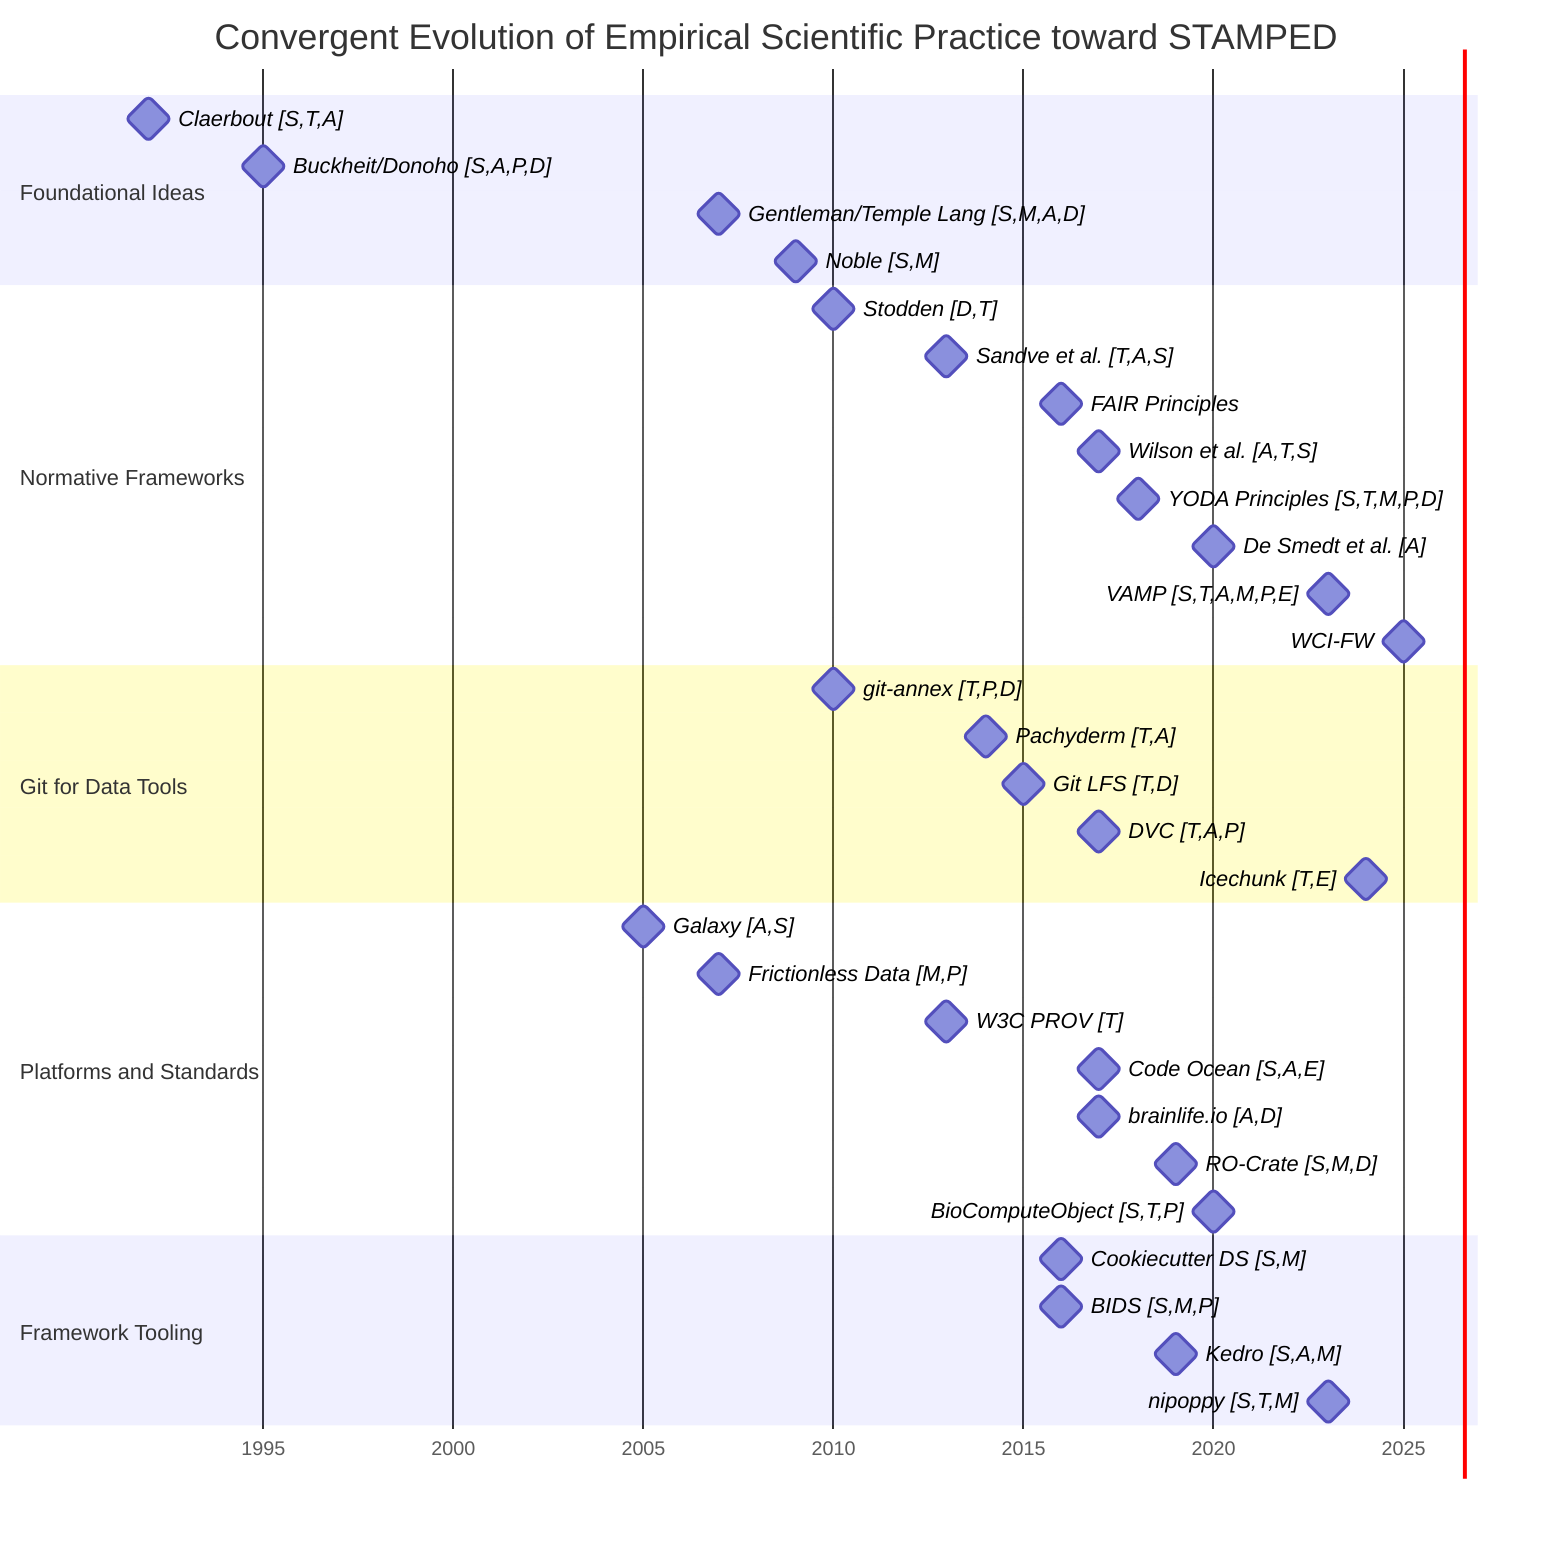
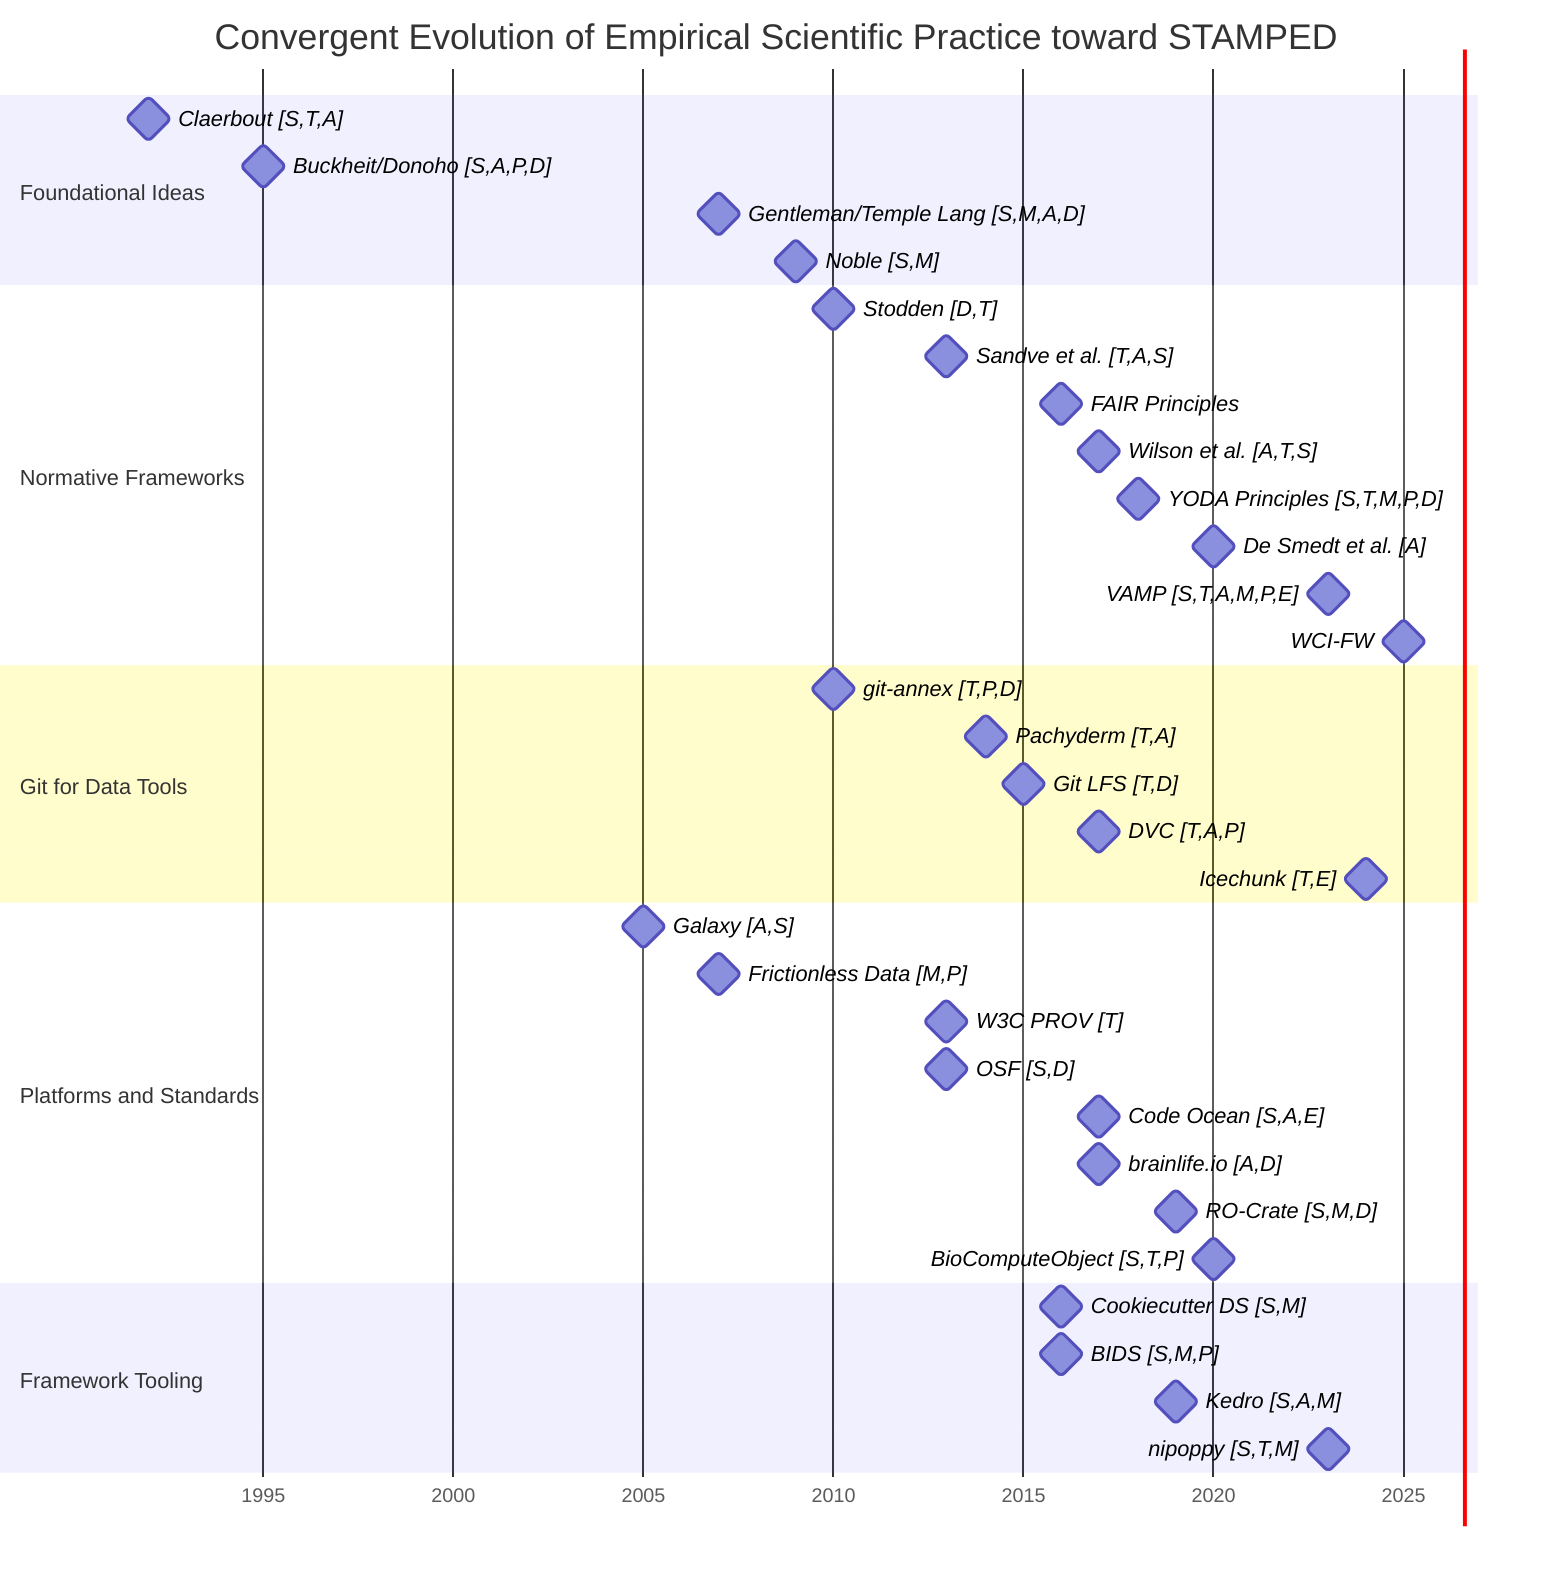
gantt
    title Convergent Evolution of Empirical Scientific Practice toward STAMPED
    dateFormat YYYY
    axisFormat %Y
    tickInterval 5year

    section Foundational Ideas
        Claerbout [S,T,A]                       :milestone, 1992, 0d
        Buckheit/Donoho [S,A,P,D]               :milestone, 1995, 0d
        Gentleman/Temple Lang [S,M,A,D]         :milestone, 2007, 0d
        Noble [S,M]                             :milestone, 2009, 0d

    section Normative Frameworks
        Stodden [D,T]                           :milestone, 2010, 0d
        Sandve et al. [T,A,S]                   :milestone, 2013, 0d
        FAIR Principles                         :milestone, 2016, 0d
        Wilson et al. [A,T,S]                   :milestone, 2017, 0d
        YODA Principles [S,T,M,P,D]             :milestone, 2018, 0d
        De Smedt et al. [A]                     :milestone, 2020, 0d
        VAMP [S,T,A,M,P,E]                      :milestone, 2023, 0d
        WCI-FW                                  :milestone, 2025, 0d

    section Git for Data Tools
        git-annex [T,P,D]                       :milestone, 2010, 0d
        Pachyderm [T,A]                         :milestone, 2014, 0d
        Git LFS [T,D]                           :milestone, 2015, 0d
        DVC [T,A,P]                             :milestone, 2017, 0d
        Icechunk [T,E]                          :milestone, 2024, 0d

    section Platforms and Standards
        Galaxy [A,S]                            :milestone, 2005, 0d
        Frictionless Data [M,P]                 :milestone, 2007, 0d
        W3C PROV [T]                            :milestone, 2013, 0d
+         OSF [S,D]                               :milestone, 2013, 0d
        Code Ocean [S,A,E]                      :milestone, 2017, 0d
        brainlife.io [A,D]                      :milestone, 2017, 0d
        RO-Crate [S,M,D]                        :milestone, 2019, 0d
        BioComputeObject [S,T,P]                :milestone, 2020, 0d

    section Framework Tooling
        Cookiecutter DS [S,M]                   :milestone, 2016, 0d
        BIDS [S,M,P]                            :milestone, 2016, 0d
        Kedro [S,A,M]                           :milestone, 2019, 0d
        nipoppy [S,T,M]                         :milestone, 2023, 0d
